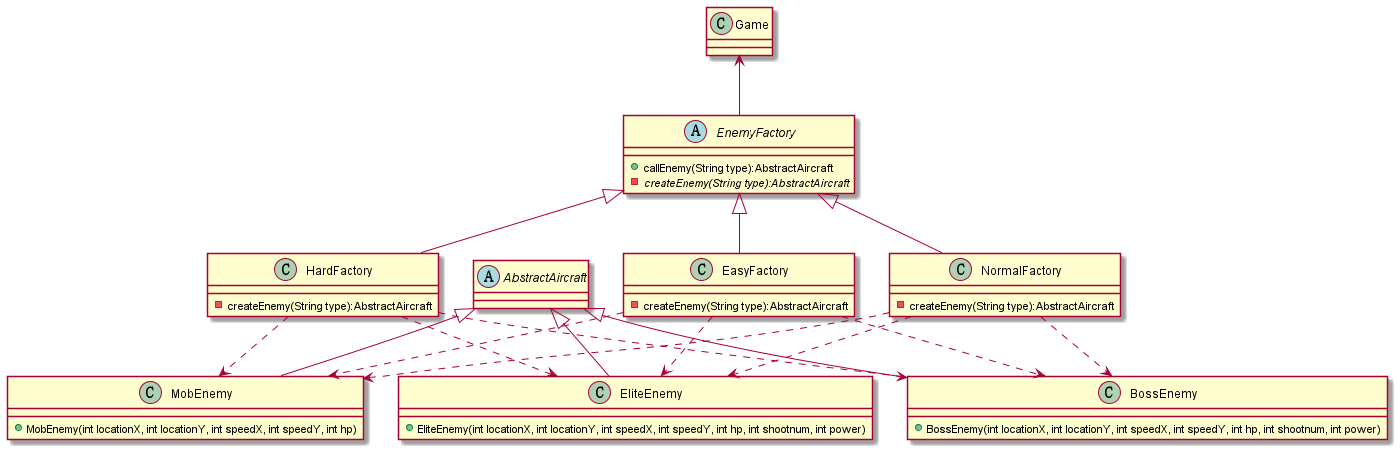
Before: exp1/AircraftWar-base/out/uml/EnemyFactory/EnemyFactory.png, a diagram exported from PlantUML (Wu-Fisher/oop_exp_java).
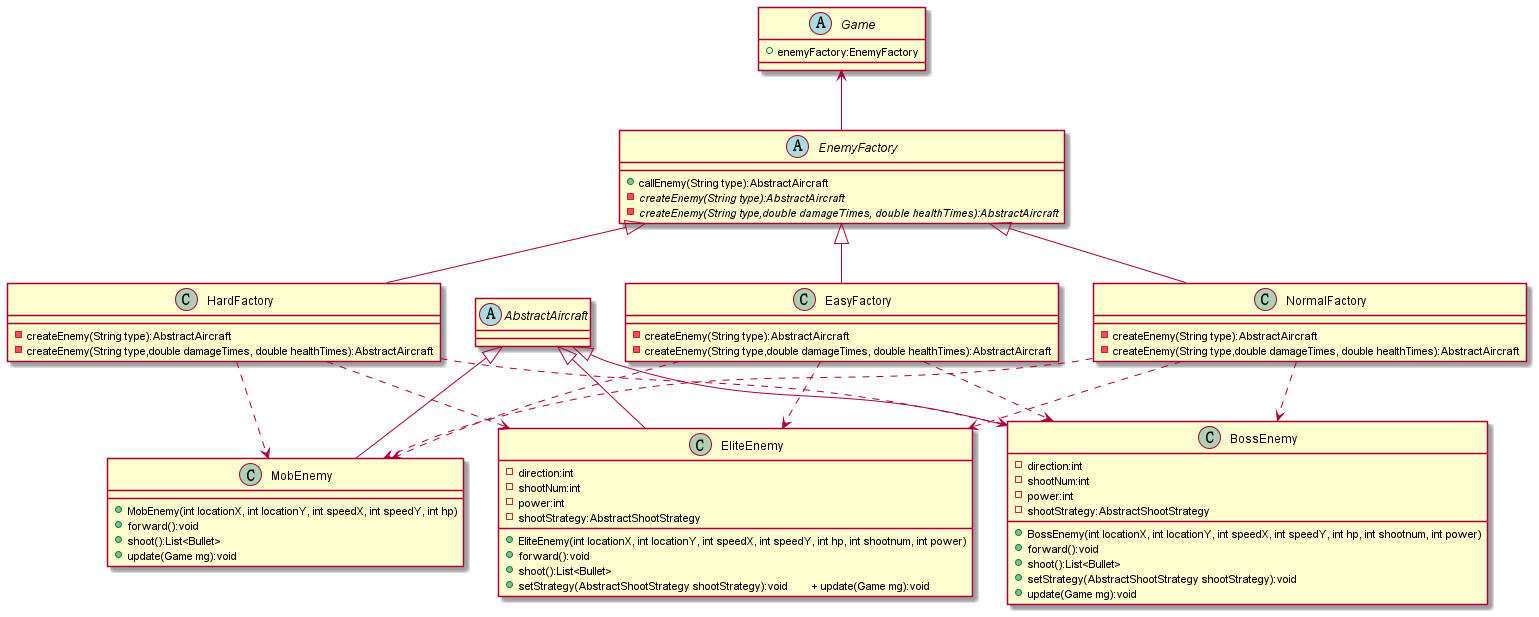
The same file after the commit.

What changed in the source:
```diff
@@ -1,10 +1,12 @@
 @startuml
-class Game {
+abstract class Game {
++ enemyFactory:EnemyFactory
 }
 
 abstract class EnemyFactory{
     + callEnemy(String type):AbstractAircraft
     - {abstract}createEnemy(String type):AbstractAircraft
+    - {abstract}createEnemy(String type,double damageTimes, double healthTimes):AbstractAircraft
 }
 Game <-- EnemyFactory
 EnemyFactory<|-- EasyFactory
@@ -13,12 +15,16 @@
 
 class EasyFactory{
     - createEnemy(String type):AbstractAircraft
+    - createEnemy(String type,double damageTimes, double healthTimes):AbstractAircraft
 }
 class NormalFactory{
     - createEnemy(String type):AbstractAircraft
+        - createEnemy(String type,double damageTimes, double healthTimes):AbstractAircraft
+
 }
 class HardFactory{
     - createEnemy(String type):AbstractAircraft
+        - createEnemy(String type,double damageTimes, double healthTimes):AbstractAircraft
 }
 
 abstract class AbstractAircraft{
@@ -41,35 +47,36 @@
 
 class MobEnemy {
     + MobEnemy(int locationX, int locationY, int speedX, int speedY, int hp)
+    + forward():void
+    + shoot():List<Bullet>
+    + update(Game mg):void
 }
 
 class EliteEnemy
 {
 
+    - direction:int
+    - shootNum:int
+    - power:int
+    - shootStrategy:AbstractShootStrategy
     + EliteEnemy(int locationX, int locationY, int speedX, int speedY, int hp, int shootnum, int power)
+    + forward():void
+    + shoot():List<Bullet>
+    + setStrategy(AbstractShootStrategy shootStrategy):void        + update(Game mg):void
 }
 
 class BossEnemy
 {
 
+    - direction:int
+    - shootNum:int
+    - power:int
+    - shootStrategy:AbstractShootStrategy
     + BossEnemy(int locationX, int locationY, int speedX, int speedY, int hp, int shootnum, int power)
+    + forward():void
+    + shoot():List<Bullet>
+    + setStrategy(AbstractShootStrategy shootStrategy):void
+        + update(Game mg):void
 }
 
-
-
-
-
-
-
-
-
-
-
-
-
-
-
-
-
-
 @enduml
```
